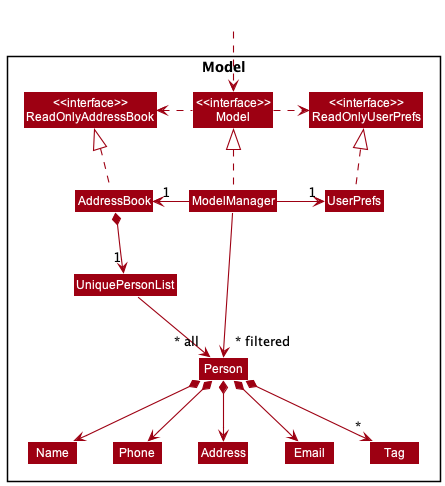
Before: docs/images/ModelClassDiagram.png, a diagram exported from PlantUML (nus-cs2103-AY2223S1/tp).
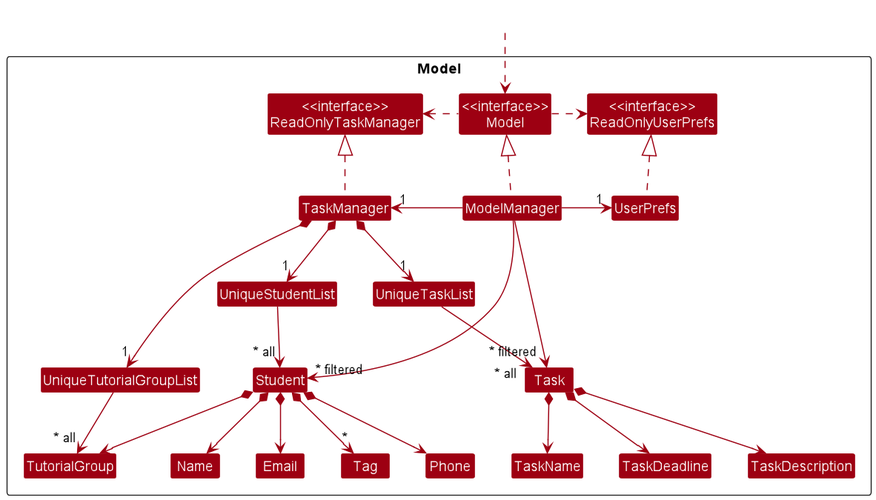
Later version of the same file.

Diff of the diagram source:
```diff
@@ -1,50 +1,65 @@
 @startuml
+scale 1.35
 !include style.puml
 skinparam arrowThickness 1.1
 skinparam arrowColor MODEL_COLOR
 skinparam classBackgroundColor MODEL_COLOR
 
 Package Model <<Rectangle>>{
-Class "<<interface>>\nReadOnlyAddressBook" as ReadOnlyAddressBook
+Class "<<interface>>\nReadOnlyTaskManager" as ReadOnlyTaskManager
 Class "<<interface>>\nReadOnlyUserPrefs" as ReadOnlyUserPrefs
 Class "<<interface>>\nModel" as Model
-Class AddressBook
+Class TaskManager
 Class ModelManager
 Class UserPrefs
 
-Class UniquePersonList
-Class Person
-Class Address
+Class UniqueTaskList
+Class UniqueStudentList
+Class UniqueTutorialGroupList
+Class Student
+Class Task
 Class Email
 Class Name
 Class Phone
+Class TutorialGroup
 Class Tag
+Class TaskName
+Class TaskDeadline
+Class TaskDescription
 
 }
 
 Class HiddenOutside #FFFFFF
 HiddenOutside ..> Model
 
-AddressBook .up.|> ReadOnlyAddressBook
+TaskManager .up.|> ReadOnlyTaskManager
 
 ModelManager .up.|> Model
 Model .right.> ReadOnlyUserPrefs
-Model .left.> ReadOnlyAddressBook
-ModelManager -left-> "1" AddressBook
+Model .left.> ReadOnlyTaskManager
+ModelManager -left-> "1" TaskManager
 ModelManager -right-> "1" UserPrefs
 UserPrefs .up.|> ReadOnlyUserPrefs
 
-AddressBook *--> "1" UniquePersonList
-UniquePersonList --> "~* all" Person
-Person *--> Name
-Person *--> Phone
-Person *--> Email
-Person *--> Address
-Person *--> "*" Tag
+TaskManager *--> "1" UniqueStudentList
+TaskManager *--> "1" UniqueTaskList
+TaskManager *--> "1" UniqueTutorialGroupList
+UniqueStudentList --> "~* all" Student
+UniqueTaskList --> "~* all" Task
+UniqueTutorialGroupList --> "~* all" TutorialGroup
+Student *--> Name
+Student *--> Phone
+Student *--> Email
+Student *--> "*" Tag
+Student *--> TutorialGroup
+
+Task *--> TaskName
+Task *--> TaskDescription
+Task *--> TaskDeadline
 
 Name -[hidden]right-> Phone
-Phone -[hidden]right-> Address
-Address -[hidden]right-> Email
+TutorialGroup -[hidden]right-> TutorialGroup
 
-ModelManager -->"~* filtered" Person
+ModelManager -->"~* filtered" Student
+ModelManager -->"~* filtered" Task
 @enduml
```
